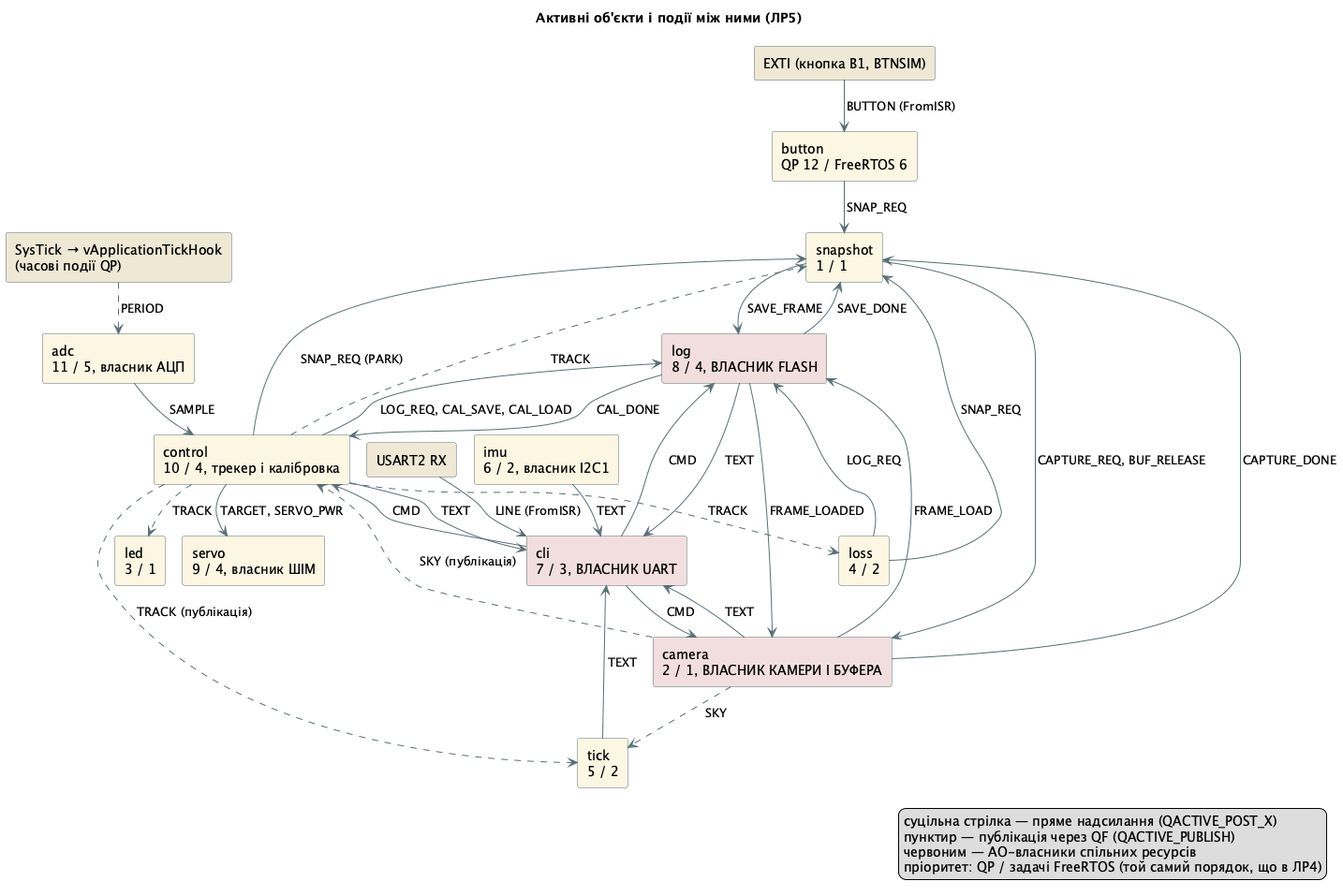
Ripper-del/heliostat-sky-cam keeps this PlantUML diagram as docs/statecharts/interaction.png. Above is the earlier version.
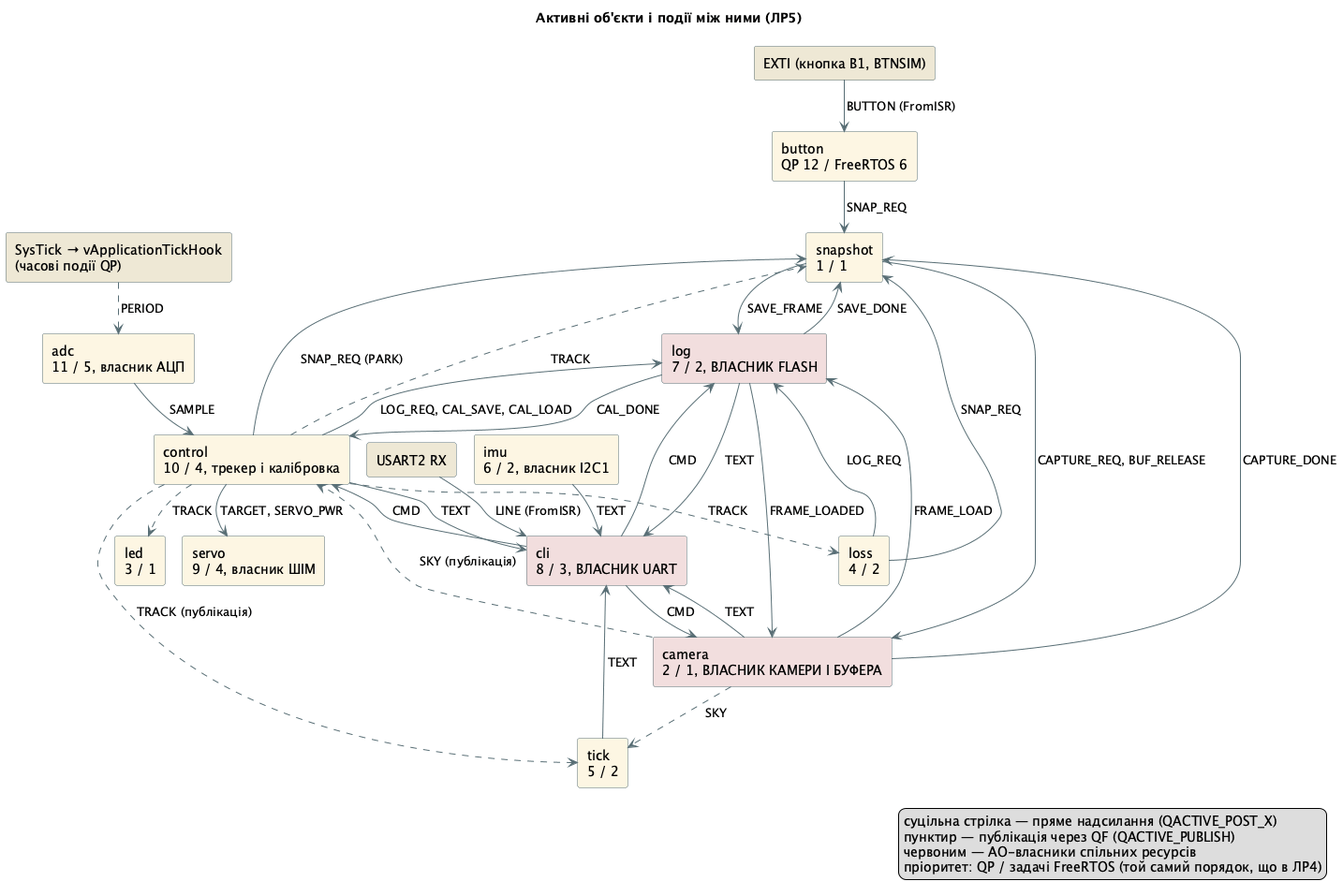
After the change.

Commit message:
LR5 design: flash owner priority measured both ways, diagrams updated

Change to the diagram source:
```diff
@@ -13,8 +13,8 @@
 rectangle "adc\n11 / 5, власник АЦП" as adc
 rectangle "control\n10 / 4, трекер і калібровка" as control
 rectangle "servo\n9 / 4, власник ШІМ" as servo
-rectangle "log\n8 / 4, ВЛАСНИК FLASH" as log #F2DEDE
-rectangle "cli\n7 / 3, ВЛАСНИК UART" as cli #F2DEDE
+rectangle "log\n7 / 2, ВЛАСНИК FLASH" as log #F2DEDE
+rectangle "cli\n8 / 3, ВЛАСНИК UART" as cli #F2DEDE
 rectangle "imu\n6 / 2, власник I2C1" as imu
 rectangle "tick\n5 / 2" as tick
 rectangle "loss\n4 / 2" as loss
```
